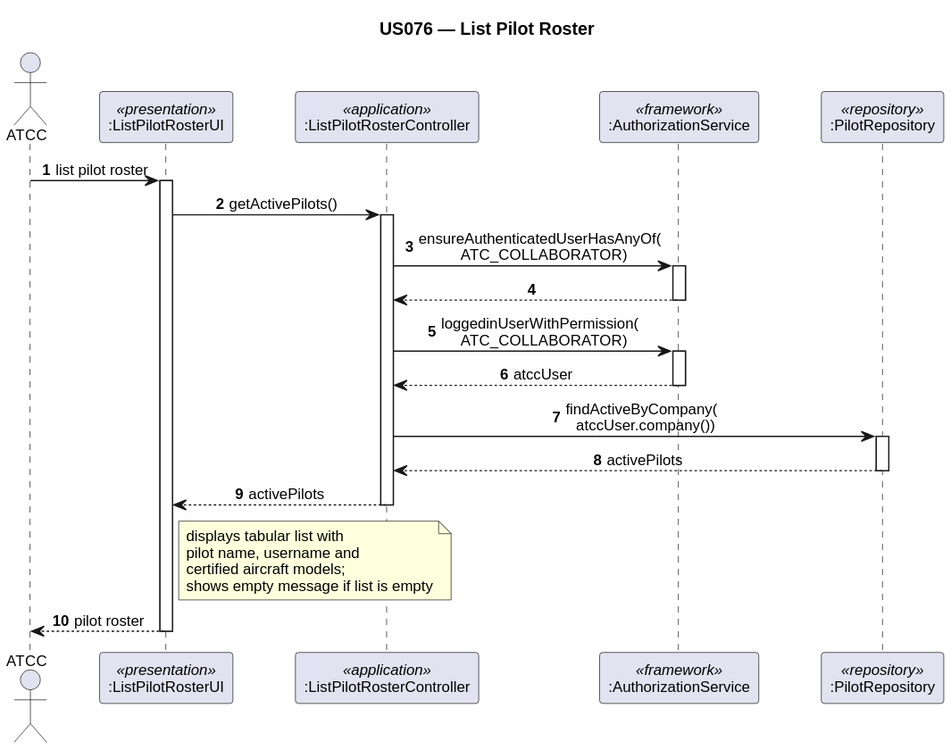
Earlier version of the PlantUML export docs/Sprint3/EAPLI/us_076/SD_US076_ListPilotRoster.svg (1240826/aisafe-flight-control). The source it was exported from:
```plantuml
@startuml
title US076 — List Pilot Roster

skinparam sequenceMessageAlign center
skinparam defaultFontName Arial
skinparam defaultFontSize 12
skinparam ParticipantPadding 20

autonumber

actor "ATCC" as actor
participant ":ListPilotRosterUI" as ui <<presentation>>
participant ":ListPilotRosterController" as ctrl <<application>>
participant ":AuthorizationService" as authz <<framework>>
participant ":PilotRepository" as pilotRepo <<repository>>

actor -> ui : list pilot roster
activate ui

ui -> ctrl : getActivePilots()
activate ctrl

ctrl -> authz : ensureAuthenticatedUserHasAnyOf(\n  ATC_COLLABORATOR)
activate authz
authz --> ctrl
deactivate authz

ctrl -> authz : loggedinUserWithPermission(\n  ATC_COLLABORATOR)
activate authz
authz --> ctrl : atccUser
deactivate authz

ctrl -> pilotRepo : findActiveByCompany(\n  atccUser.company())
activate pilotRepo
pilotRepo --> ctrl : activePilots
deactivate pilotRepo

ctrl --> ui : activePilots
deactivate ctrl

note right of ui : displays tabular list with\npilot name, username and\ncertified aircraft models;\nshows empty message if list is empty

ui --> actor : pilot roster
deactivate ui
@enduml
```
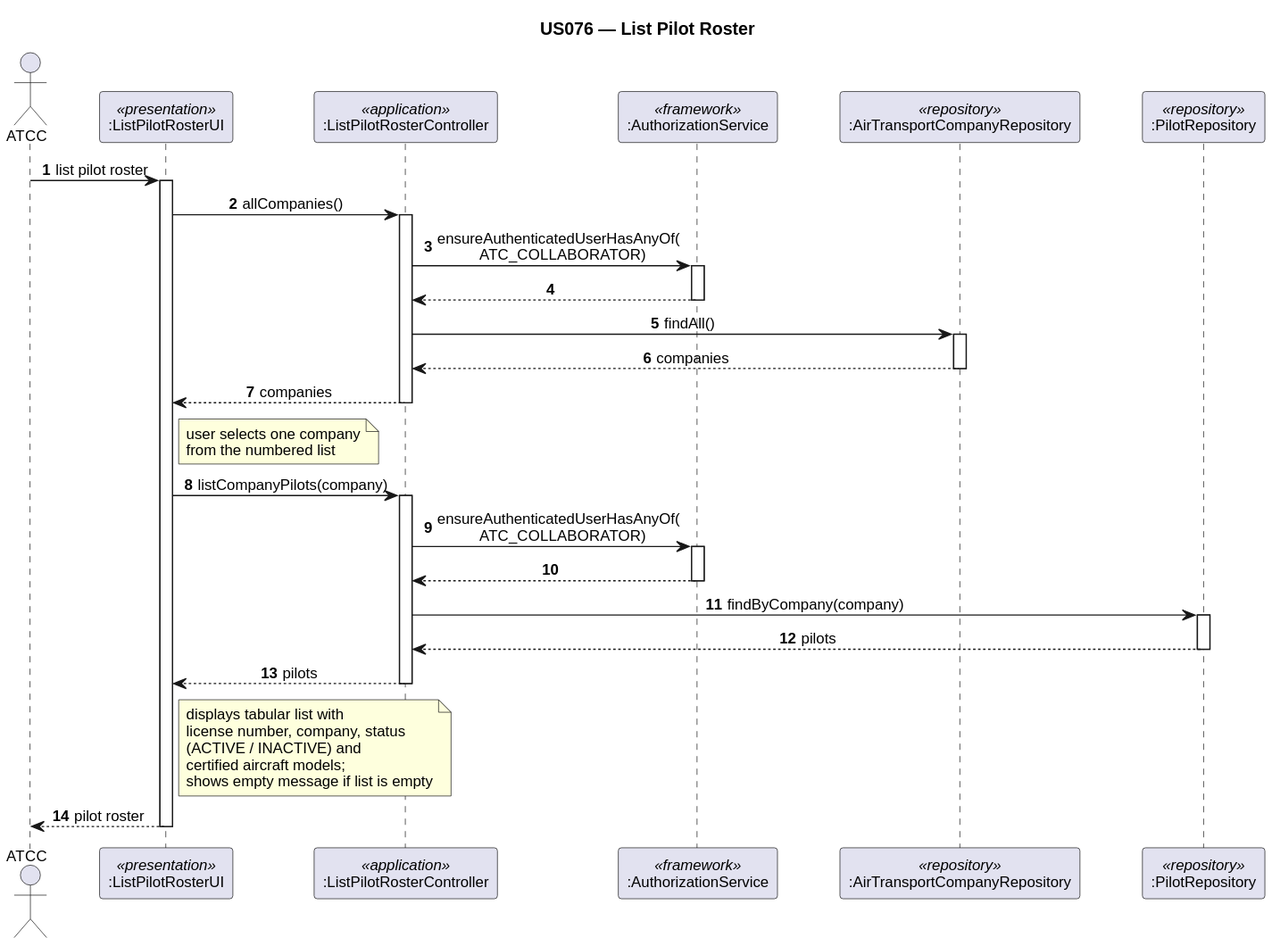
Later version of the same file.

The edit, as a diff of the source:
```diff
@@ -12,12 +12,13 @@
 participant ":ListPilotRosterUI" as ui <<presentation>>
 participant ":ListPilotRosterController" as ctrl <<application>>
 participant ":AuthorizationService" as authz <<framework>>
+participant ":AirTransportCompanyRepository" as companyRepo <<repository>>
 participant ":PilotRepository" as pilotRepo <<repository>>
 
 actor -> ui : list pilot roster
 activate ui
 
-ui -> ctrl : getActivePilots()
+ui -> ctrl : allCompanies()
 activate ctrl
 
 ctrl -> authz : ensureAuthenticatedUserHasAnyOf(\n  ATC_COLLABORATOR)
@@ -25,20 +26,33 @@
 authz --> ctrl
 deactivate authz
 
-ctrl -> authz : loggedinUserWithPermission(\n  ATC_COLLABORATOR)
+ctrl -> companyRepo : findAll()
+activate companyRepo
+companyRepo --> ctrl : companies
+deactivate companyRepo
+
+ctrl --> ui : companies
+deactivate ctrl
+
+note right of ui : user selects one company\nfrom the numbered list
+
+ui -> ctrl : listCompanyPilots(company)
+activate ctrl
+
+ctrl -> authz : ensureAuthenticatedUserHasAnyOf(\n  ATC_COLLABORATOR)
 activate authz
-authz --> ctrl : atccUser
+authz --> ctrl
 deactivate authz
 
-ctrl -> pilotRepo : findActiveByCompany(\n  atccUser.company())
+ctrl -> pilotRepo : findByCompany(company)
 activate pilotRepo
-pilotRepo --> ctrl : activePilots
+pilotRepo --> ctrl : pilots
 deactivate pilotRepo
 
-ctrl --> ui : activePilots
+ctrl --> ui : pilots
 deactivate ctrl
 
-note right of ui : displays tabular list with\npilot name, username and\ncertified aircraft models;\nshows empty message if list is empty
+note right of ui : displays tabular list with\nlicense number, company, status\n(ACTIVE / INACTIVE) and\ncertified aircraft models;\nshows empty message if list is empty
 
 ui --> actor : pilot roster
 deactivate ui
```
